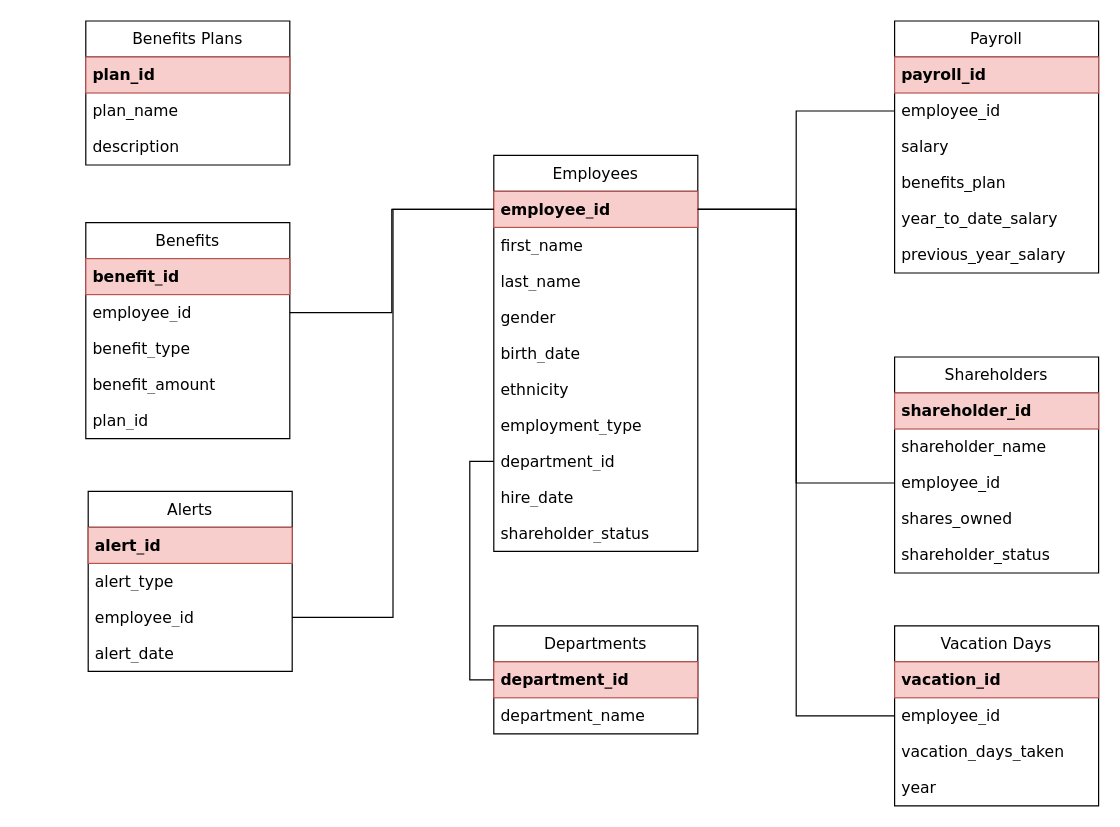
Above: TichHopHeThong.drawio in danghoan03/danghoan03 (draw.io), before the change. Source tidied: cells renumbered, new cells numbered last; positions are measured from the earlier drawing's top-left corner, leaving out a move shared by most shapes. Both pictures are drawn from the tidied source at 120%, with x=0, y=0 at pixel (85, 20).
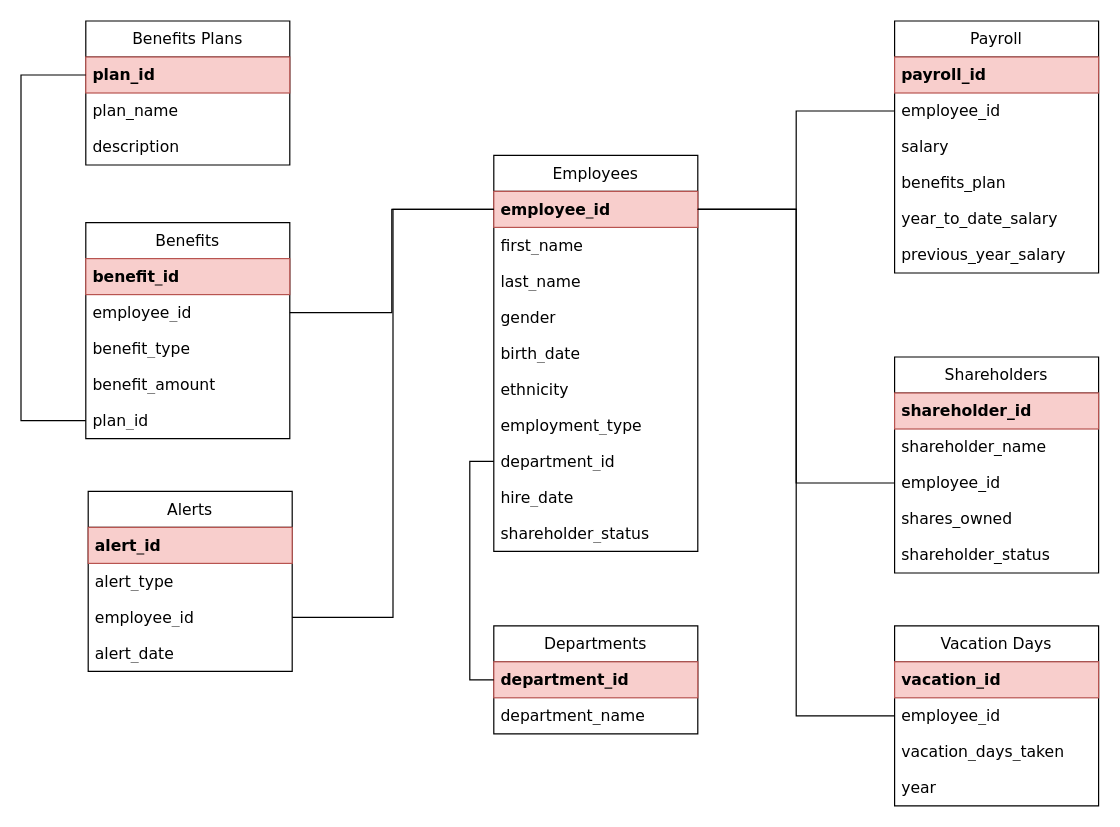
Above is the later version.

Unchanged cells that the change refers to:
```xml
<mxCell id="28" value="plan_id" style="text;strokeColor=none;fillColor=none;align=left;verticalAlign=middle;spacingLeft=4;spacingRight=4;overflow=hidden;points=[[0,0.5],[1,0.5]];portConstraint=eastwest;whiteSpace=wrap;html=1;fontSize=13;fontFamily=Verdana;" parent="23" vertex="1">
  <mxGeometry y="150" width="170" height="30" as="geometry" />
</mxCell>
<mxCell id="30" value="plan_id" style="text;strokeColor=#b85450;fillColor=#f8cecc;align=left;verticalAlign=middle;spacingLeft=4;spacingRight=4;overflow=hidden;points=[[0,0.5],[1,0.5]];portConstraint=eastwest;whiteSpace=wrap;html=1;fontSize=13;fontStyle=1;fontFamily=Verdana;" parent="29" vertex="1">
  <mxGeometry y="30" width="170" height="30" as="geometry" />
</mxCell>
```

Diff of the diagram source:
```diff
@@
+    <mxCell id="55" style="edgeStyle=orthogonalEdgeStyle;rounded=0;jettySize=auto;html=1;exitX=0;exitY=0.5;exitDx=0;exitDy=0;entryX=0;entryY=0.5;entryDx=0;entryDy=0;endArrow=none;endFill=0;" parent="1" edge="1" source="30" target="28">
+      <mxGeometry relative="1" as="geometry">
+        <Array as="points">
+          <mxPoint x="-54" y="45" />
+          <mxPoint x="-54" y="333" />
+        </Array>
+      </mxGeometry>
+    </mxCell>
```
